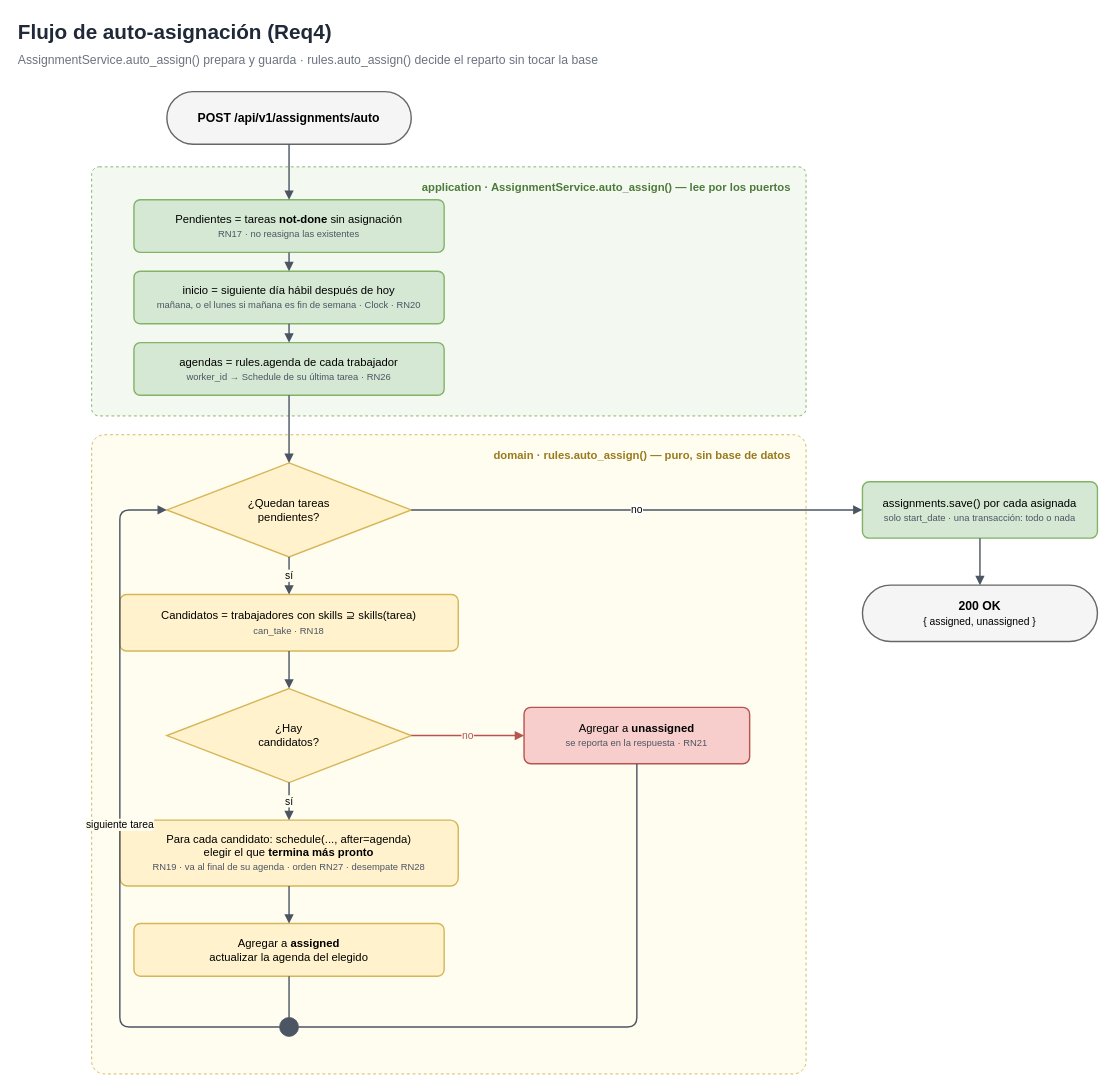
Earlier version of the draw.io diagram docs/diagramas/05-auto-asignacion.drawio (hisandan/TaskWorkers). Source tidied: cells renumbered, new cells numbered last; positions are measured from the earlier drawing's top-left corner, leaving out a move shared by most shapes. Both pictures are drawn from the tidied source at 94%, with x=0, y=0 at pixel (16, 16).
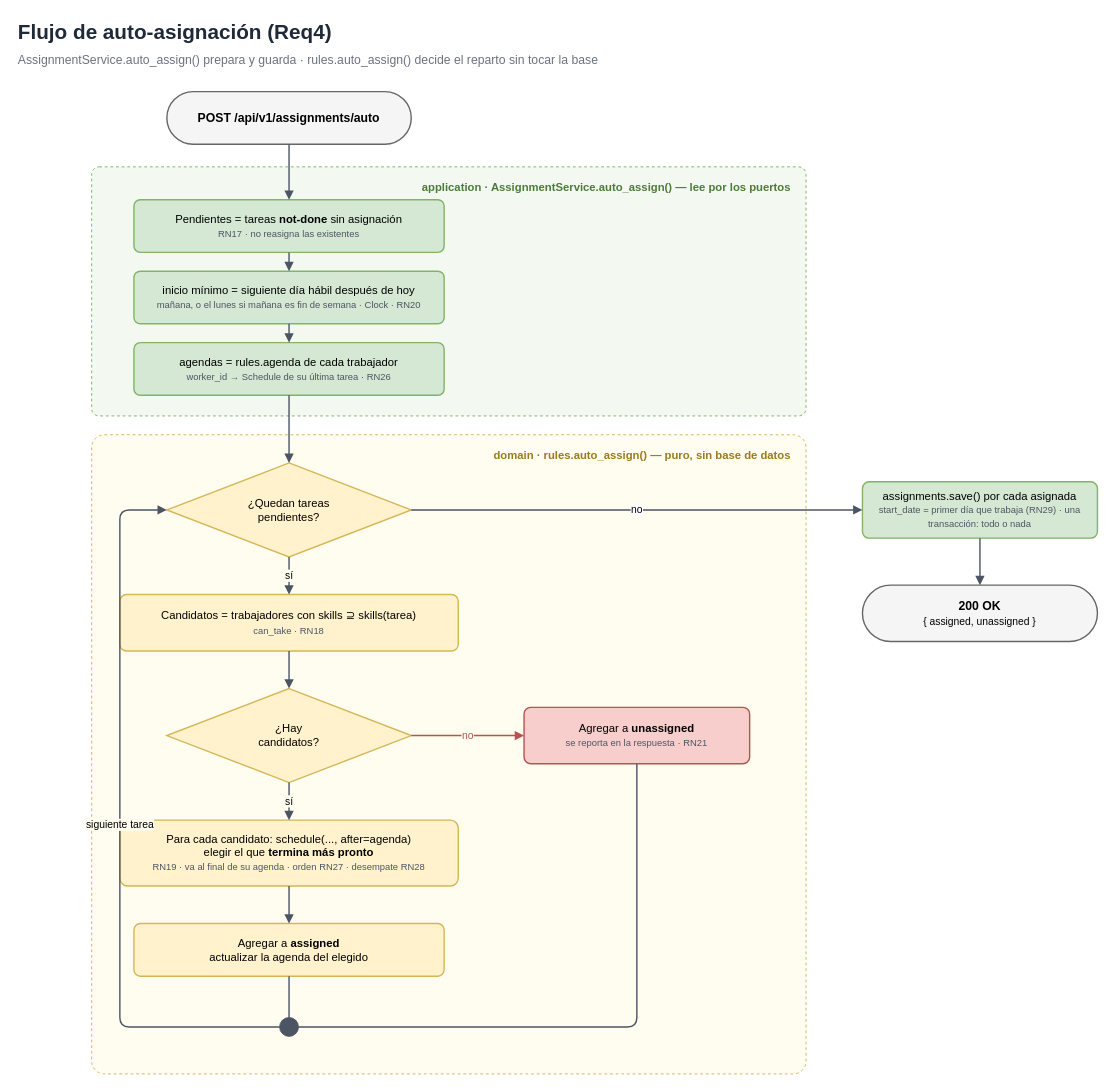
Above is the later version.

Change to the diagram source:
```diff
@@
-    <mxCell id="8" value="inicio = siguiente día hábil después de hoy&lt;br&gt;&lt;span style='font-size:10px;color:#4b5563'&gt;mañana, o el lunes si mañana es fin de semana · Clock · RN20&lt;/span&gt;" style="rounded=1;whiteSpace=wrap;html=1;fillColor=#d5e8d4;strokeColor=#82b366;fontSize=12;arcSize=12;strokeWidth=1.5;" parent="1" vertex="1">
+    <mxCell id="8" value="inicio mínimo = siguiente día hábil después de hoy&lt;br&gt;&lt;span style='font-size:10px;color:#4b5563'&gt;mañana, o el lunes si mañana es fin de semana · Clock · RN20&lt;/span&gt;" style="rounded=1;whiteSpace=wrap;html=1;fillColor=#d5e8d4;strokeColor=#82b366;fontSize=12;arcSize=12;strokeWidth=1.5;" parent="1" vertex="1">
       <mxGeometry x="125" y="271" width="330" height="56" as="geometry" />
     </mxCell>
@@
-    <mxCell id="17" value="assignments.save() por cada asignada&lt;br&gt;&lt;span style='font-size:10px;color:#4b5563'&gt;solo start_date · una transacción: todo o nada&lt;/span&gt;" style="rounded=1;whiteSpace=wrap;html=1;fillColor=#d5e8d4;strokeColor=#82b366;fontSize=12;arcSize=12;strokeWidth=1.5;" parent="1" vertex="1">
+    <mxCell id="17" value="assignments.save() por cada asignada&lt;br&gt;&lt;span style='font-size:10px;color:#4b5563'&gt;start_date = primer día que trabaja (RN29) · una transacción: todo o nada&lt;/span&gt;" style="rounded=1;whiteSpace=wrap;html=1;fillColor=#d5e8d4;strokeColor=#82b366;fontSize=12;arcSize=12;strokeWidth=1.5;" parent="1" vertex="1">
       <mxGeometry x="900" y="495" width="250" height="60" as="geometry" />
     </mxCell>
```
